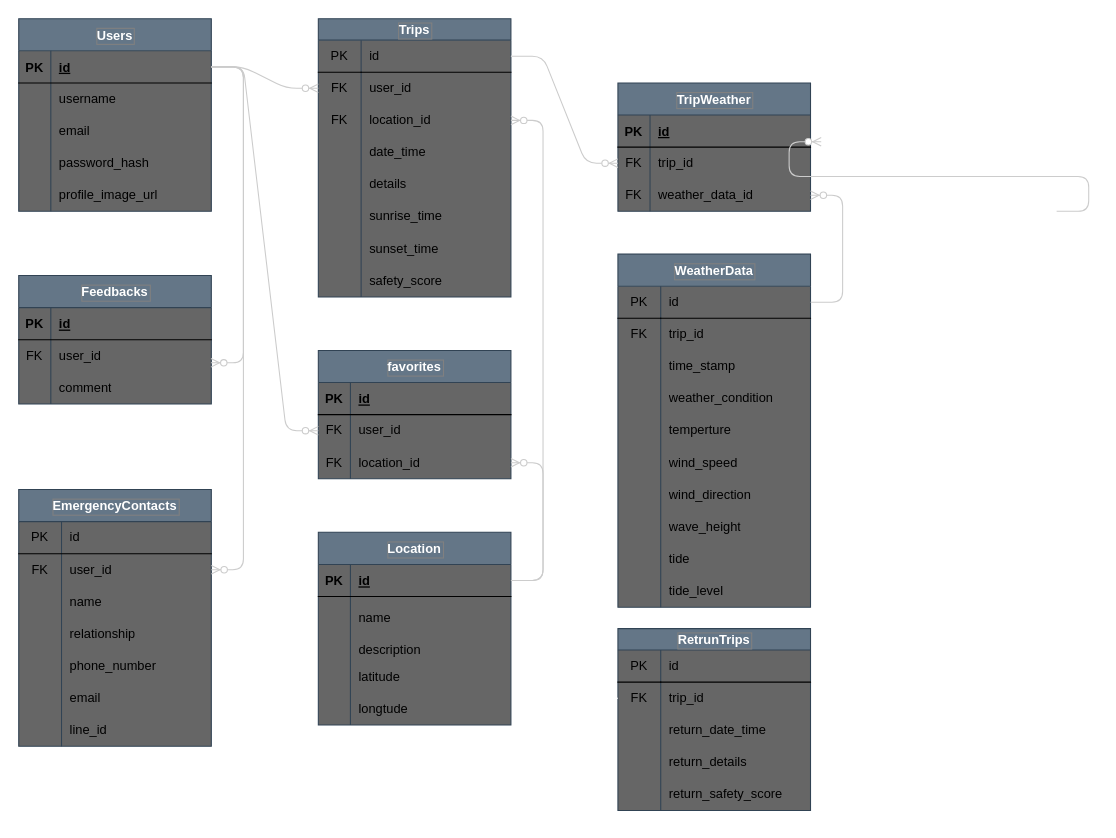
Above: 開発設計書/DB/ER.drawio in ragna1123/safety_kayak_fishing_documents (draw.io), before the change. Source tidied: cells renumbered, new cells numbered last; positions are measured from the earlier drawing's top-left corner, leaving out a move shared by most shapes. Both pictures are drawn from the tidied source at 107%, with x=0, y=0 at pixel (18, 18).
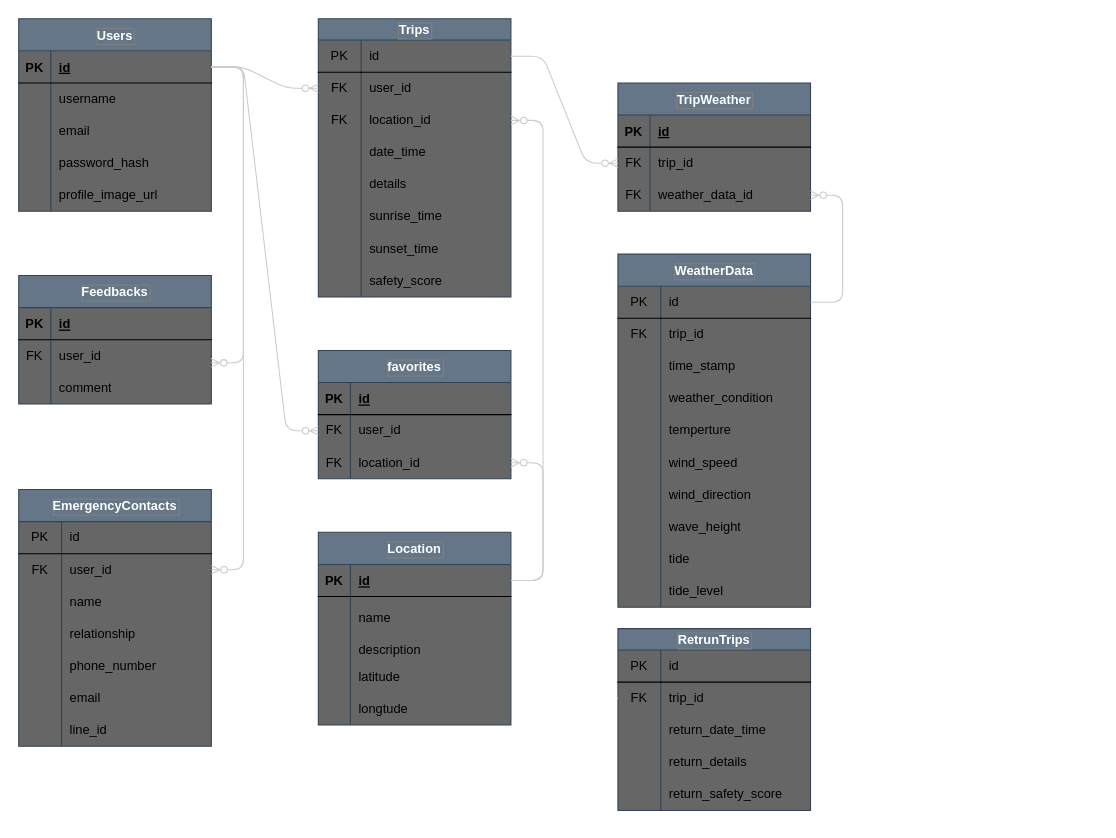
Above is the later version.

Diff of the diagram source:
```diff
@@
-    <mxCell id="168" style="edgeStyle=entityRelationEdgeStyle;fontSize=12;html=1;endArrow=ERzeroToMany;endFill=1;strokeColor=#CCCCCC;exitX=1;exitY=0.5;exitDx=0;exitDy=0;" parent="1" edge="1">
-      <mxGeometry relative="1" as="geometry">
-        <mxPoint x="970" y="180" as="sourcePoint" />
-        <mxPoint x="750" y="115" as="targetPoint" />
-      </mxGeometry>
-    </mxCell>
```
